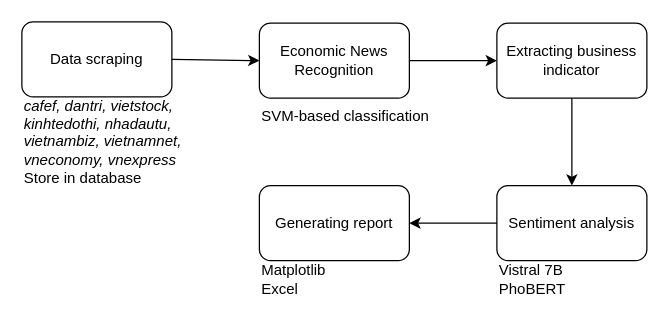
This is Biểu đồ không có tiêu đề.drawio from Angelectronic/alphafold, a draw.io file, before an edit. Source tidied: cells renumbered, new cells numbered last; positions are measured from the earlier drawing's top-left corner, leaving out a move shared by most shapes. Both pictures are drawn from the tidied source at 125%, with x=0, y=0 at pixel (21, 21).
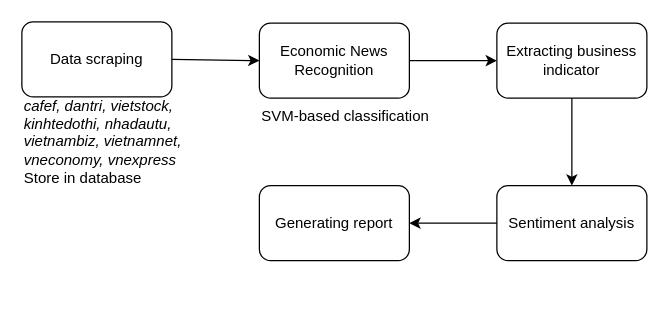
After the change.

What changed in the source:
```diff
@@
 <mxGraphModel>
   <root>
     <mxCell id="0" />
     <mxCell id="1" parent="0" />
     <mxCell id="2" value="Data scraping" style="rounded=1;whiteSpace=wrap;html=1;" parent="1" vertex="1">
       <mxGeometry width="120" height="60" as="geometry" />
     </mxCell>
     <mxCell id="3" value="&lt;i&gt;cafef, dantri, vietstock, kinhtedothi, nhadautu, vietnambiz, vietnamnet, vneconomy, vnexpress&lt;/i&gt;&lt;div&gt;Store in database&lt;/div&gt;" style="text;html=1;align=left;verticalAlign=middle;whiteSpace=wrap;rounded=0;" parent="1" vertex="1">
       <mxGeometry y="61" width="130" height="70" as="geometry" />
     </mxCell>
     <mxCell id="4" value="Economic News Recognition" style="rounded=1;whiteSpace=wrap;html=1;" parent="1" vertex="1">
       <mxGeometry x="190" y="1" width="120" height="60" as="geometry" />
     </mxCell>
     <mxCell id="5" style="endArrow=classic;html=1;rounded=0;exitX=1;exitY=0.5;exitDx=0;exitDy=0;entryX=0;entryY=0.5;entryDx=0;entryDy=0;" parent="1" edge="1" source="2" target="4">
       <mxGeometry relative="1" as="geometry" />
     </mxCell>
     <mxCell id="6" value="SVM-based classification" style="text;html=1;align=left;verticalAlign=middle;whiteSpace=wrap;rounded=0;" parent="1" vertex="1">
       <mxGeometry x="190" y="61" width="146" height="30" as="geometry" />
     </mxCell>
     <mxCell id="7" value="Extracting business indicator" style="rounded=1;whiteSpace=wrap;html=1;" parent="1" vertex="1">
       <mxGeometry x="380" y="1" width="120" height="60" as="geometry" />
     </mxCell>
     <mxCell id="8" style="endArrow=classic;html=1;rounded=0;exitX=1;exitY=0.5;exitDx=0;exitDy=0;entryX=0;entryY=0.5;entryDx=0;entryDy=0;" parent="1" edge="1" source="4" target="7">
       <mxGeometry relative="1" as="geometry" />
     </mxCell>
     <mxCell id="9" value="Sentiment analysis" style="rounded=1;whiteSpace=wrap;html=1;" parent="1" vertex="1">
       <mxGeometry x="380" y="131" width="120" height="60" as="geometry" />
     </mxCell>
     <mxCell id="10" style="endArrow=classic;html=1;rounded=0;exitX=0.5;exitY=1;exitDx=0;exitDy=0;entryX=0.5;entryY=0;entryDx=0;entryDy=0;" parent="1" edge="1" source="7" target="9">
       <mxGeometry relative="1" as="geometry" />
     </mxCell>
-    <mxCell id="11" value="Vistral 7B&lt;div&gt;PhoBERT&lt;/div&gt;" style="text;html=1;align=left;verticalAlign=middle;whiteSpace=wrap;rounded=0;" parent="1" vertex="1">
-      <mxGeometry x="380" y="191" width="120" height="29" as="geometry" />
-    </mxCell>
     <mxCell id="12" value="Generating report" style="rounded=1;whiteSpace=wrap;html=1;" parent="1" vertex="1">
       <mxGeometry x="190" y="131" width="120" height="60" as="geometry" />
     </mxCell>
     <mxCell id="13" style="endArrow=classic;html=1;rounded=0;exitX=0;exitY=0.5;exitDx=0;exitDy=0;entryX=1;entryY=0.5;entryDx=0;entryDy=0;" parent="1" edge="1" source="9" target="12">
       <mxGeometry relative="1" as="geometry" />
     </mxCell>
-    <mxCell id="14" value="Matplotlib&lt;div&gt;Excel&lt;/div&gt;" style="text;html=1;align=left;verticalAlign=middle;whiteSpace=wrap;rounded=0;" parent="1" vertex="1">
-      <mxGeometry x="190" y="191" width="120" height="30" as="geometry" />
-    </mxCell>
   </root>
 </mxGraphModel>
```
